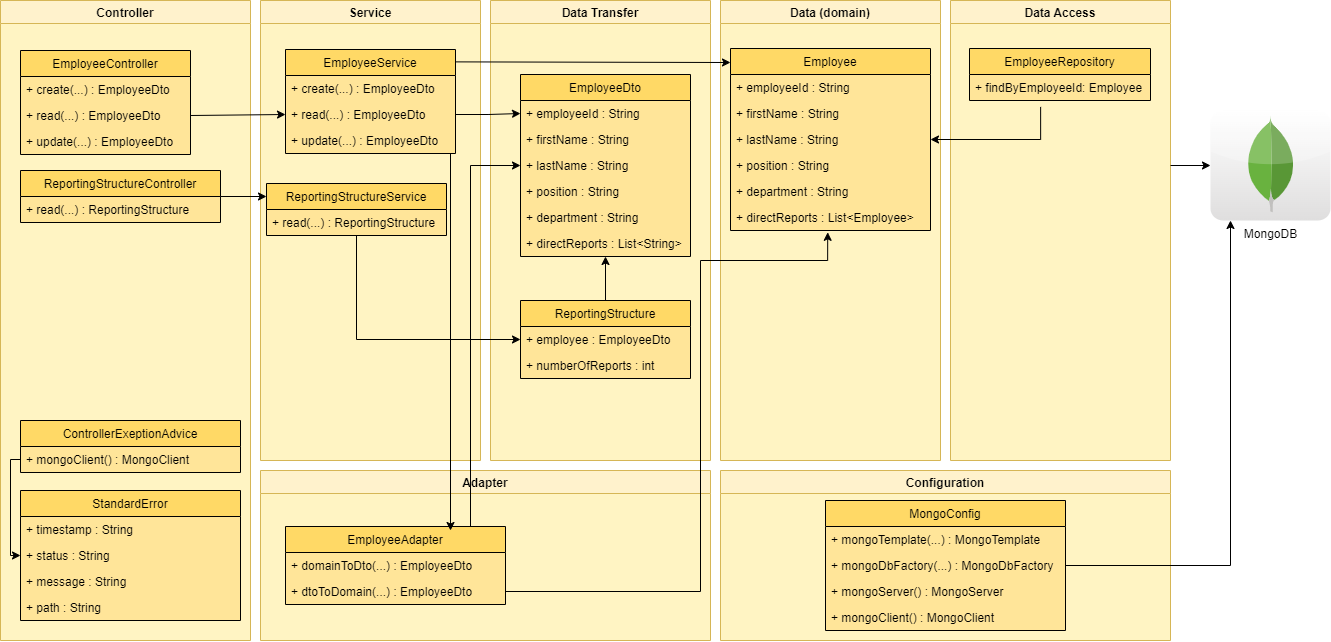
Earlier version of the draw.io export images/model.png (ricardoianelli/M-Code-Challenge). Source tidied: cells renumbered, new cells last; positions are measured from the earlier drawing's top-left corner, leaving out a move shared by most shapes.
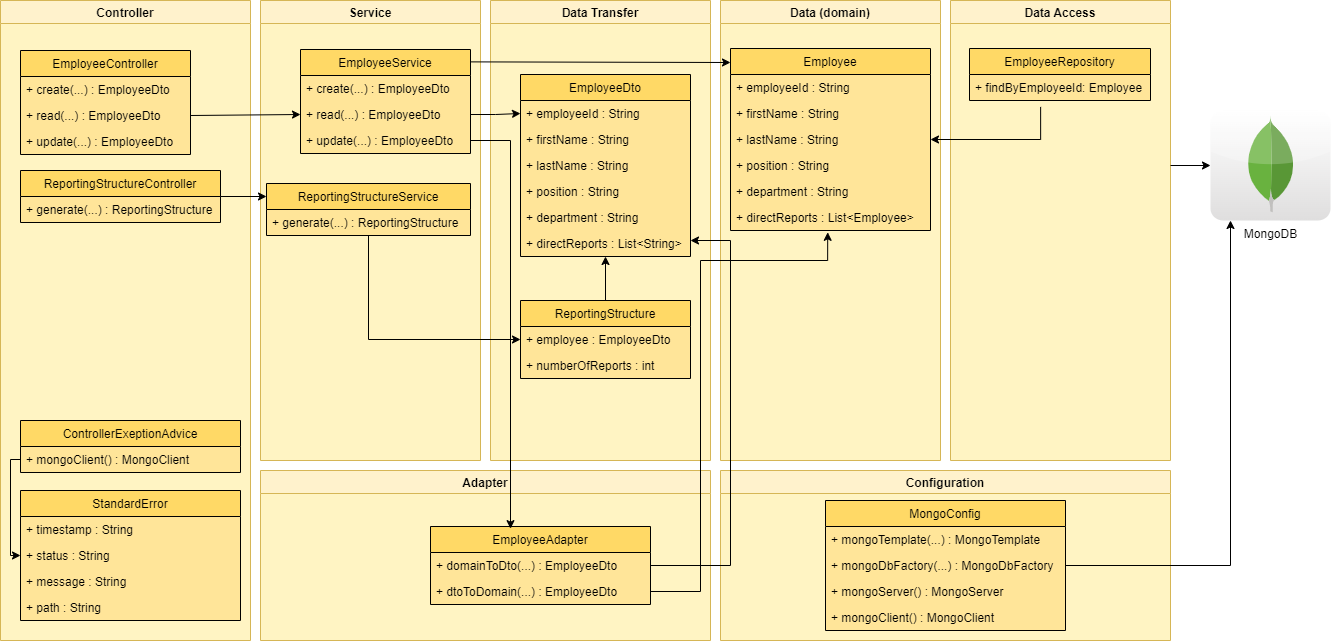
The same file after the commit.

Change to the diagram source:
```diff
@@ -49,14 +49,14 @@
     <mxCell id="15" value="ReportingStructureController" style="swimlane;fontStyle=0;horizontal=1;startSize=26;fillColor=#FFD966;swimlaneFillColor=#FFE599;" parent="2" vertex="1">
       <mxGeometry x="20" y="170" width="200" height="52" as="geometry" />
     </mxCell>
-    <mxCell id="16" value="+ read(...) : ReportingStructure" style="text;strokeColor=none;fillColor=none;align=left;verticalAlign=top;spacingLeft=4;spacingRight=4;overflow=hidden;" parent="15" vertex="1">
+    <mxCell id="16" value="+ generate(...) : ReportingStructure" style="text;strokeColor=none;fillColor=none;align=left;verticalAlign=top;spacingLeft=4;spacingRight=4;overflow=hidden;" parent="15" vertex="1">
       <mxGeometry y="26" width="200" height="26" as="geometry" />
     </mxCell>
     <mxCell id="17" value="Service" style="swimlane;fillColor=#fff2cc;strokeColor=#d6b656;swimlaneFillColor=#FFF4C3;" parent="1" vertex="1">
       <mxGeometry x="260" width="220" height="460" as="geometry" />
     </mxCell>
     <mxCell id="18" value="EmployeeService" style="swimlane;fontStyle=0;horizontal=1;startSize=26;fillColor=#FFD966;swimlaneFillColor=#FFE599;" parent="17" vertex="1">
-      <mxGeometry x="25" y="49" width="170" height="104" as="geometry" />
+      <mxGeometry x="40" y="49" width="170" height="104" as="geometry" />
     </mxCell>
     <mxCell id="19" value="+ create(...) : EmployeeDto" style="text;strokeColor=none;fillColor=none;align=left;verticalAlign=top;spacingLeft=4;spacingRight=4;overflow=hidden;" parent="18" vertex="1">
       <mxGeometry y="26" width="170" height="26" as="geometry" />
@@ -68,10 +68,10 @@
       <mxGeometry y="78" width="170" height="26" as="geometry" />
     </mxCell>
     <mxCell id="22" value="ReportingStructureService" style="swimlane;fontStyle=0;horizontal=1;startSize=26;fillColor=#FFD966;swimlaneFillColor=#FFE599;" parent="17" vertex="1">
-      <mxGeometry x="6" y="183" width="180" height="52" as="geometry" />
+      <mxGeometry x="6" y="183" width="204" height="52" as="geometry" />
     </mxCell>
-    <mxCell id="23" value="+ read(...) : ReportingStructure" style="text;strokeColor=none;fillColor=none;align=left;verticalAlign=top;spacingLeft=4;spacingRight=4;overflow=hidden;" parent="22" vertex="1">
-      <mxGeometry y="26" width="180" height="26" as="geometry" />
+    <mxCell id="23" value="+ generate(...) : ReportingStructure" style="text;strokeColor=none;fillColor=none;align=left;verticalAlign=top;spacingLeft=4;spacingRight=4;overflow=hidden;" parent="22" vertex="1">
+      <mxGeometry y="26" width="204" height="26" as="geometry" />
     </mxCell>
     <mxCell id="24" value="Data (domain)" style="swimlane;fillColor=#fff2cc;strokeColor=#d6b656;swimlaneFillColor=#FFF4C3;" parent="1" vertex="1">
       <mxGeometry x="720" width="220" height="460" as="geometry" />
@@ -177,7 +177,7 @@
       <mxGeometry x="260" y="470" width="450" height="170" as="geometry" />
     </mxCell>
     <mxCell id="57" value="EmployeeAdapter" style="swimlane;fontStyle=0;horizontal=1;startSize=26;fillColor=#FFD966;swimlaneFillColor=#FFE599;" parent="56" vertex="1">
-      <mxGeometry x="25" y="56" width="220" height="78" as="geometry" />
+      <mxGeometry x="170" y="56" width="220" height="78" as="geometry" />
     </mxCell>
     <mxCell id="58" value="+ domainToDto(...) : EmployeeDto&#10;" style="text;strokeColor=none;fillColor=none;align=left;verticalAlign=top;spacingLeft=4;spacingRight=4;overflow=hidden;" parent="57" vertex="1">
       <mxGeometry y="26" width="220" height="26" as="geometry" />
@@ -185,14 +185,6 @@
     <mxCell id="59" value="+ dtoToDomain(...) : EmployeeDto" style="text;strokeColor=none;fillColor=none;align=left;verticalAlign=top;spacingLeft=4;spacingRight=4;overflow=hidden;points=[[0,0.5],[1,0.5]];portConstraint=eastwest;" parent="57" vertex="1">
       <mxGeometry y="52" width="220" height="26" as="geometry" />
     </mxCell>
-    <mxCell id="60" style="edgeStyle=orthogonalEdgeStyle;rounded=0;jettySize=auto;html=1;startArrow=none;startFill=0;endArrow=classic;endFill=1;" parent="1" edge="1" source="18">
-      <mxGeometry relative="1" as="geometry">
-        <mxPoint x="450" y="530" as="targetPoint" />
-        <Array as="points">
-          <mxPoint x="450" y="526" />
-        </Array>
-      </mxGeometry>
-    </mxCell>
     <mxCell id="61" style="edgeStyle=orthogonalEdgeStyle;rounded=0;jettySize=auto;html=1;entryX=0.486;entryY=1.07;entryDx=0;entryDy=0;entryPerimeter=0;startArrow=none;startFill=0;endArrow=classic;endFill=1;" parent="1" edge="1" source="59" target="31">
       <mxGeometry relative="1" as="geometry">
         <Array as="points">
@@ -216,13 +208,6 @@
         </Array>
       </mxGeometry>
     </mxCell>
-    <mxCell id="64" style="edgeStyle=orthogonalEdgeStyle;rounded=0;jettySize=auto;html=1;entryX=0;entryY=0.5;entryDx=0;entryDy=0;startArrow=none;startFill=0;endArrow=classic;endFill=1;" parent="1" edge="1" source="57" target="47">
-      <mxGeometry relative="1" as="geometry">
-        <Array as="points">
-          <mxPoint x="470" y="165" />
-        </Array>
-      </mxGeometry>
-    </mxCell>
     <mxCell id="65" style="edgeStyle=orthogonalEdgeStyle;rounded=0;jettySize=auto;html=1;entryX=0;entryY=0.5;entryDx=0;entryDy=0;startArrow=none;startFill=0;endArrow=classic;endFill=1;" parent="1" edge="1" source="20" target="45">
       <mxGeometry relative="1" as="geometry" />
     </mxCell>
@@ -237,5 +222,23 @@
     <mxCell id="68" style="edgeStyle=orthogonalEdgeStyle;rounded=0;jettySize=auto;html=1;entryX=0;entryY=0.5;entryDx=0;entryDy=0;startArrow=none;startFill=0;endArrow=classic;endFill=1;" parent="1" edge="1" source="22" target="52">
       <mxGeometry relative="1" as="geometry" />
     </mxCell>
+    <mxCell id="69" style="edgeStyle=orthogonalEdgeStyle;rounded=0;jettySize=auto;html=1;startArrow=none;startFill=0;endArrow=classic;endFill=1;entryX=0.358;entryY=0.027;entryDx=0;entryDy=0;entryPerimeter=0;" parent="1" edge="1" source="18" target="57">
+      <mxGeometry relative="1" as="geometry">
+        <Array as="points">
+          <mxPoint x="510" y="140" />
+          <mxPoint x="510" y="528" />
+        </Array>
+      </mxGeometry>
+    </mxCell>
+    <mxCell id="70" style="edgeStyle=orthogonalEdgeStyle;rounded=0;jettySize=auto;html=1;startArrow=none;startFill=0;endArrow=classic;endFill=1;" parent="1" edge="1" source="57">
+      <mxGeometry relative="1" as="geometry">
+        <mxPoint x="690" y="240" as="targetPoint" />
+        <Array as="points">
+          <mxPoint x="730" y="565" />
+          <mxPoint x="730" y="240" />
+          <mxPoint x="690" y="240" />
+        </Array>
+      </mxGeometry>
+    </mxCell>
   </root>
 </mxGraphModel>
```
